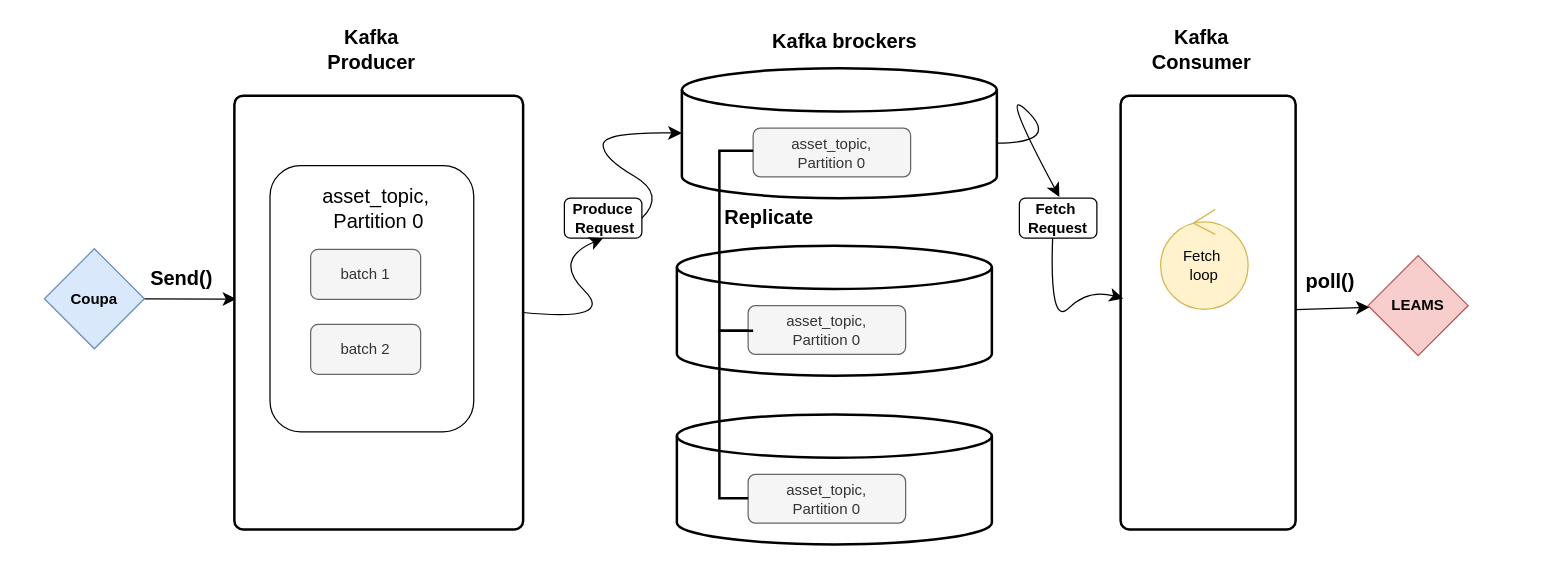
This is page "Kafka Architecture" (5 of 5) of test.drawio from Imanetoumouh/decentralized-app, a draw.io file, before an edit. Source tidied: cells renumbered, new cells numbered last; positions are measured from the earlier drawing's top-left corner, leaving out a move shared by most shapes. Both pictures are drawn from the tidied source at 125%, with x=0, y=0 at pixel (44, 21). Pictures stored in the file or linked from it are replaced by grey dashed boxes.
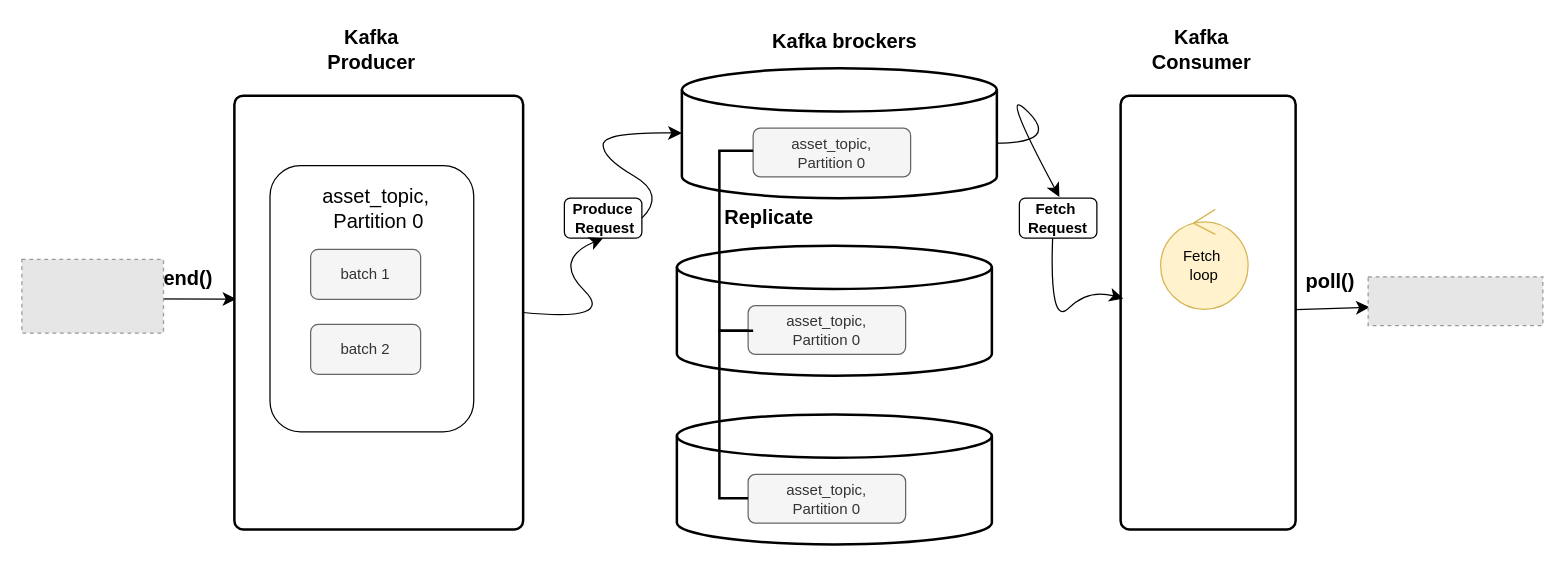
The same diagram, later.

Commit message:
Mettre à jour test.drawio

Unchanged cells that the change refers to:
```xml
<mxCell id="4" style="rounded=1;whiteSpace=wrap;html=1;absoluteArcSize=1;arcSize=14;strokeWidth=2;" parent="1" vertex="1">
  <mxGeometry x="152" y="59" width="231" height="347" as="geometry" />
</mxCell>
<mxCell id="23" style="rounded=1;whiteSpace=wrap;html=1;absoluteArcSize=1;arcSize=14;strokeWidth=2;" parent="1" vertex="1">
  <mxGeometry x="861" y="59" width="140" height="347" as="geometry" />
</mxCell>
```

Diff of the diagram source:
```diff
@@
-    <mxCell id="2" style="edgeStyle=none;curved=1;rounded=0;jettySize=auto;html=1;fontSize=12;startSize=8;endSize=8;entryX=0.007;entryY=0.469;entryDx=0;entryDy=0;entryPerimeter=0;" parent="1" edge="1" source="3" target="4">
-      <mxGeometry relative="1" as="geometry" />
+    <mxCell id="2" style="edgeStyle=none;curved=1;rounded=0;jettySize=auto;html=1;fontSize=12;startSize=8;endSize=8;entryX=0.007;entryY=0.469;entryDx=0;entryDy=0;entryPerimeter=0;" parent="1" edge="1" target="4">
+      <mxGeometry relative="1" as="geometry">
+        <mxPoint x="79.9" y="221.6" as="sourcePoint" />
+      </mxGeometry>
     </mxCell>
-    <mxCell id="3" value="&lt;b&gt;Coupa&lt;/b&gt;" style="rhombus;whiteSpace=wrap;html=1;fillColor=#dae8fc;strokeColor=#6c8ebf;" parent="1" vertex="1">
-      <mxGeometry y="181.5" width="80" height="80" as="geometry" />
-    </mxCell>
@@
-    <mxCell id="22" style="edgeStyle=none;curved=1;rounded=0;jettySize=auto;html=1;fontSize=12;startSize=8;endSize=8;" parent="1" edge="1" source="23" target="29">
-      <mxGeometry relative="1" as="geometry" />
+    <mxCell id="22" style="edgeStyle=none;curved=1;rounded=0;jettySize=auto;html=1;fontSize=12;startSize=8;endSize=8;" parent="1" edge="1" source="23">
+      <mxGeometry relative="1" as="geometry">
+        <mxPoint x="1060.3" y="228.3" as="targetPoint" />
+      </mxGeometry>
     </mxCell>
@@
-    <mxCell id="29" value="&lt;b&gt;LEAMS&lt;/b&gt;" style="rhombus;whiteSpace=wrap;html=1;fillColor=#f8cecc;strokeColor=#b85450;" parent="1" vertex="1">
-      <mxGeometry x="1059" y="187" width="80" height="80" as="geometry" />
-    </mxCell>
@@
+    <mxCell id="33" style="fillColor=#E6E6E6;strokeColor=#999999;dashed=1;verticalLabelPosition=bottom;labelBackgroundColor=default;verticalAlign=top;" parent="1" vertex="1">
+      <mxGeometry x="-18" y="190" width="113.3" height="58.9" as="geometry" />
+    </mxCell>
+    <mxCell id="34" style="fillColor=#E6E6E6;strokeColor=#999999;dashed=1;verticalLabelPosition=bottom;verticalAlign=top;align=center;fontFamily=Helvetica;fontSize=12;fontColor=default;" parent="1" vertex="1">
+      <mxGeometry x="1059" y="203.9" width="139.8" height="39" as="geometry" />
+    </mxCell>
```
